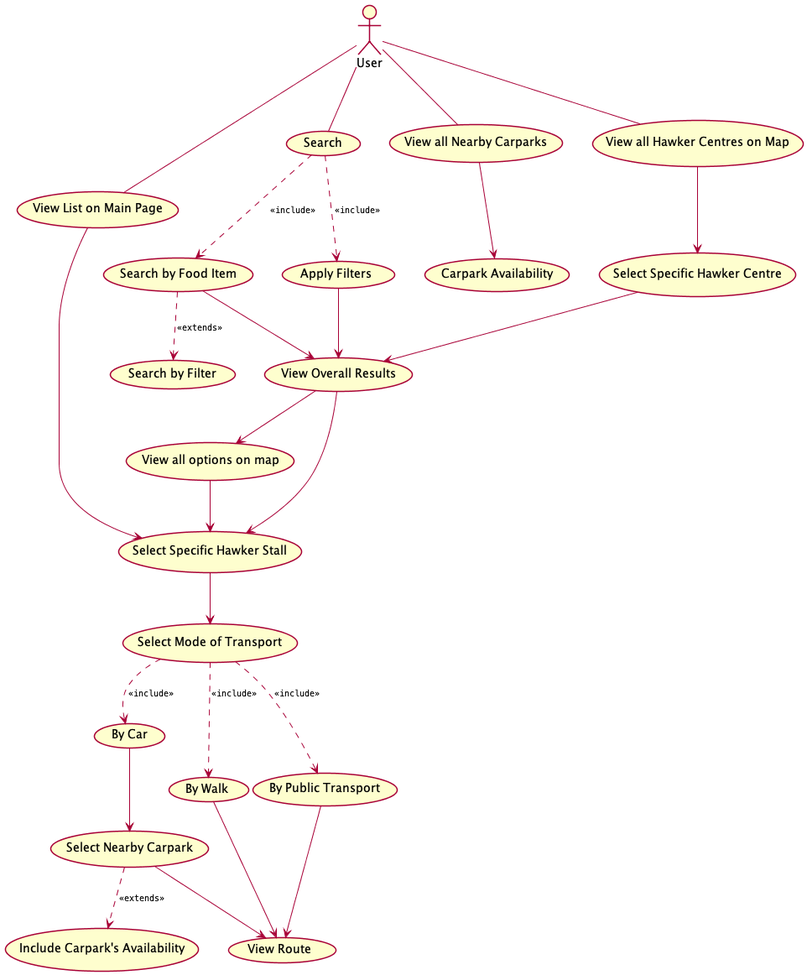
The PlantUML diagram out/Use_Case_Diagram/use_case_diagram/use_case_diagram.png in charlotteteo/craapy_swe_project, before a commit.
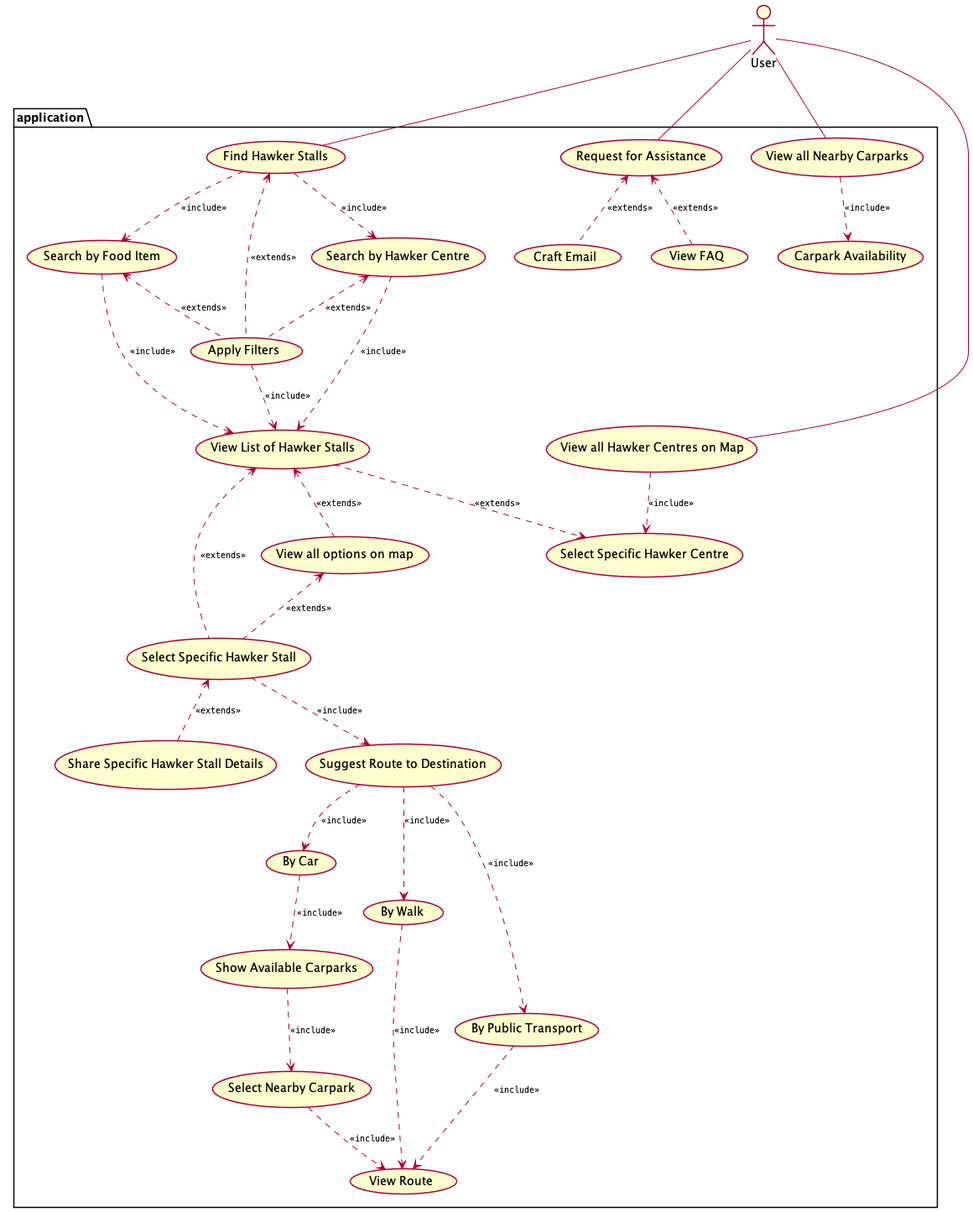
Above is the later version.

The edit, as a diff of the source:
```diff
@@ -9,30 +9,43 @@
 
 :User: as U
 
-U -- (View List on Main Page)
-(View List on Main Page) --> (Select Specific Hawker Stall)
-U -- (Search)
-(Search)..> (Apply Filters):<<include>>
-(Search)..> (Search by Food Item):<<include>>
-(Search by Food Item)..>(Search by Filter): <<extends>>
-(Apply Filters)--> (View Overall Results)
-(Search by Food Item)--> (View Overall Results)
-(View Overall Results) --> (Select Specific Hawker Stall)
-(View Overall Results)--> (View all options on map)
-(View all options on map)-->(Select Specific Hawker Stall)
+
+
+package application{
+U -- (Find Hawker Stalls)
+U -- (Request for Assistance)
+(Request for Assistance)<..(View FAQ):<<extends>>
+(Request for Assistance)<..(Craft Email):<<extends>>
+(Find Hawker Stalls)<.. (Apply Filters):<<extends>>
+(Find Hawker Stalls)..> (Search by Food Item): <<include>>
+(Find Hawker Stalls)..> (Search by Hawker Centre): <<include>>
+(Search by Hawker Centre)<..(Apply Filters): <<extends>>
+(Search by Food Item)<..(Apply Filters): <<extends>>
+(Search by Hawker Centre)..>(View List of Hawker Stalls):  <<include>>
+(Apply Filters)..> (View List of Hawker Stalls): <<include>>
+(Search by Food Item)..> (View List of Hawker Stalls): <<include>>
+(View List of Hawker Stalls) <.. (Select Specific Hawker Stall): <<extends>>
+(View List of Hawker Stalls) ..> (Select Specific Hawker Centre): <<extends>>
+(View List of Hawker Stalls)<..(View all options on map): <<extends>>
+(View all options on map)<.. (Select Specific Hawker Stall): <<extends>>
 U -- (View all Nearby Carparks)
-(View all Nearby Carparks) --> (Carpark Availability)
+(View all Nearby Carparks) ..> (Carpark Availability): <<include>>
 U --(View all Hawker Centres on Map)
-(View all Hawker Centres on Map) --> (Select Specific Hawker Centre)
-(Select Specific Hawker Centre)--> (View Overall Results)
-(Select Specific Hawker Stall)-->(Select Mode of Transport)
-(Select Mode of Transport)..>(By Car):<<include>>
-(Select Mode of Transport)..> (By Walk):<<include>>
-(Select Mode of Transport)..> (By Public Transport):<<include>>
-(By Car)--> (Select Nearby Carpark)
-(Select Nearby Carpark)..> (Include Carpark's Availability): <<extends>>
-(By Public Transport) --> (View Route)
-(Select Nearby Carpark)--> (View Route)
-(By Walk)--> (View Route)
+(View all Hawker Centres on Map) ..> (Select Specific Hawker Centre): <<include>>
+(Select Specific Hawker Stall)<.. (Share Specific Hawker Stall Details): <<extends>>
+(Select Specific Hawker Stall)..> (Suggest Route to Destination):<<include>>
+(Suggest Route to Destination)..>(By Car):<<include>>
+(Suggest Route to Destination) ..> (By Walk):<<include>>
+(Suggest Route to Destination)..> (By Public Transport):<<include>>
+(By Car)..> (Show Available Carparks):<<include>>
+(Show Available Carparks)..> (Select Nearby Carpark): <<include>>
+(By Public Transport) ..> (View Route):<<include>>
+(Select Nearby Carpark)..> (View Route):<<include>>
+(By Walk)..> (View Route):<<include>>
+
+
+}
+
+
 
 @enduml
```
